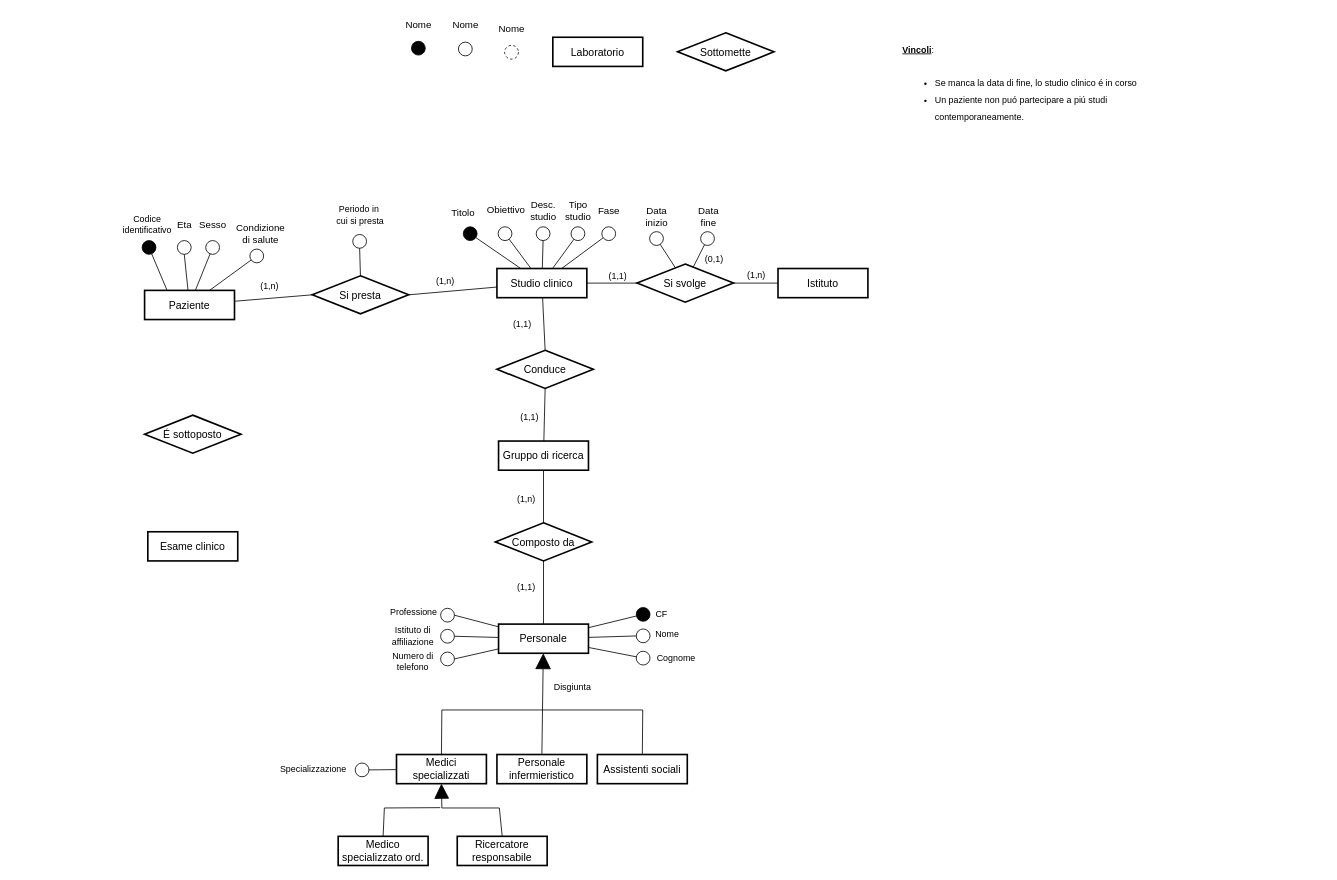
Above: Database-and-Laboratory/ER/esame_16_07_2018.drawio in 6eero/Bachelor (draw.io), before the change. Source tidied: cells renumbered, new cells numbered last; positions are measured from the earlier drawing's top-left corner, leaving out a move shared by most shapes. Both pictures are drawn from the tidied source at 81%, with x=0, y=0 at pixel (115, 14).
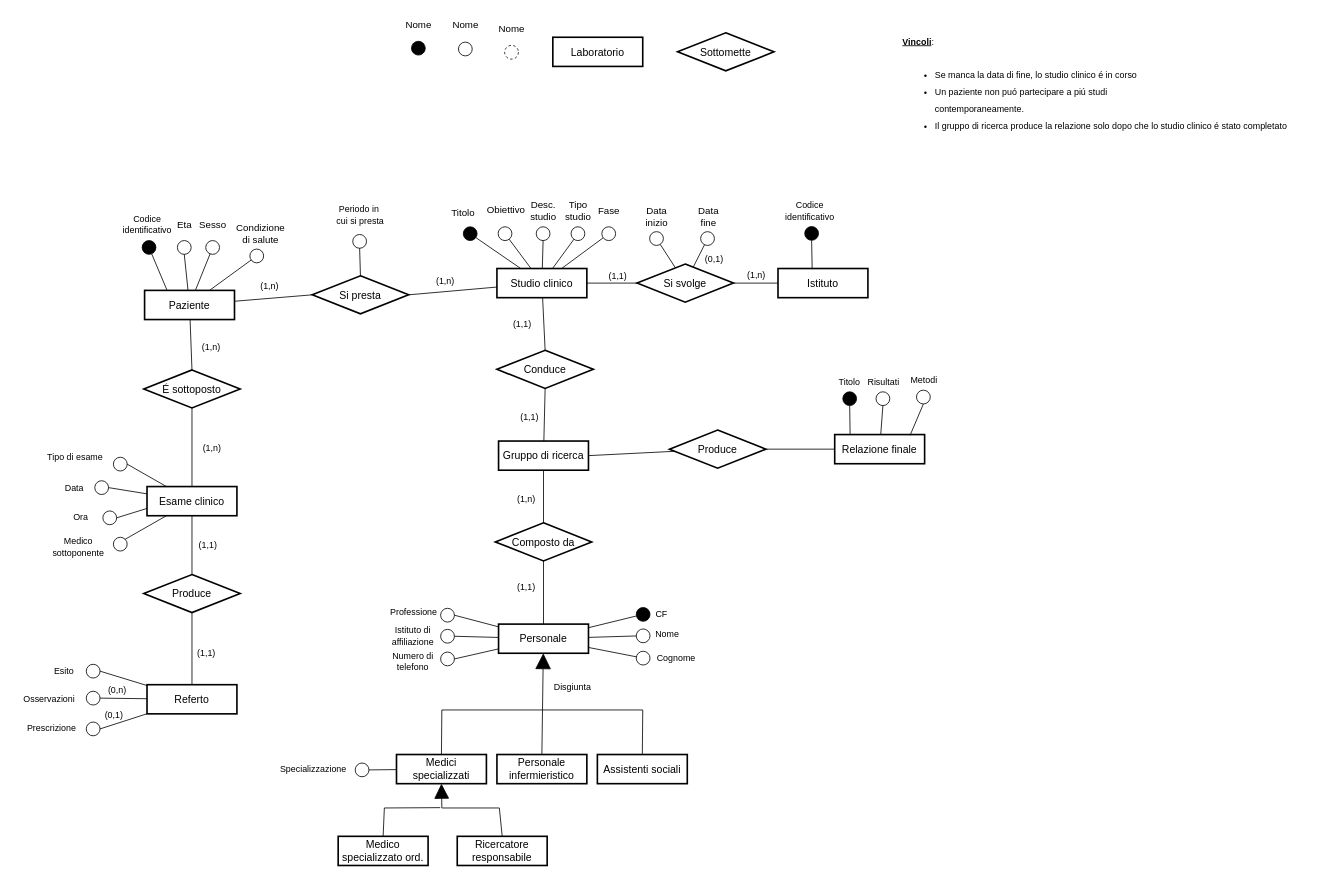
The same page after the edit.

The change refers to these unchanged cells:
```xml
<mxCell id="35" value="Istituto" style="strokeWidth=2;whiteSpace=wrap;html=1;align=center;fontSize=13;fontFamily=Helvetica;rounded=0;" parent="1" vertex="1">
  <mxGeometry x="818" y="314" width="111" height="36" as="geometry" />
</mxCell>
<mxCell id="48" value="Gruppo di ricerca" style="strokeWidth=2;whiteSpace=wrap;html=1;align=center;fontSize=13;fontFamily=Helvetica;rounded=0;" parent="1" vertex="1">
  <mxGeometry x="473" y="527" width="111" height="36" as="geometry" />
</mxCell>
<mxCell id="94" value="Paziente" style="strokeWidth=2;whiteSpace=wrap;html=1;align=center;fontSize=13;fontFamily=Helvetica;rounded=0;" parent="1" vertex="1">
  <mxGeometry x="36" y="341" width="111" height="36" as="geometry" />
</mxCell>
```

Change to the diagram source:
```diff
@@
-    <mxCell id="47" value="&lt;div&gt;&lt;b&gt;&lt;u&gt;Vincoli&lt;/u&gt;&lt;/b&gt;:&lt;/div&gt;&lt;div&gt;&lt;br&gt;&lt;/div&gt;&lt;div style=&quot;line-height: 190%;&quot;&gt;&lt;ul style=&quot;line-height: 190%;&quot;&gt;&lt;li&gt;Se manca la data di fine, lo studio clinico é in corso&lt;/li&gt;&lt;li&gt; Un paziente non puó partecipare a piú studi&lt;br/&gt; contemporaneamente.&lt;/li&gt;&lt;/ul&gt;&lt;/div&gt;" style="text;html=1;align=left;verticalAlign=middle;strokeColor=none;fillColor=none;fontFamily=Helvetica;fontSize=11;fontColor=default;labelBackgroundColor=default;imageAspect=1;" parent="1" vertex="1">
-      <mxGeometry x="970" y="31" width="303" height="124" as="geometry" />
+    <mxCell id="47" value="&lt;div&gt;&lt;b&gt;&lt;u&gt;Vincoli&lt;/u&gt;&lt;/b&gt;:&lt;/div&gt;&lt;div&gt;&lt;br&gt;&lt;/div&gt;&lt;div style=&quot;line-height: 190%;&quot;&gt;&lt;ul style=&quot;line-height: 190%;&quot;&gt;&lt;li&gt;Se manca la data di fine, lo studio clinico é in corso&lt;/li&gt;&lt;li&gt; Un paziente non puó partecipare a piú studi&lt;br&gt; contemporaneamente.&lt;/li&gt;&lt;li&gt;Il gruppo di ricerca produce la relazione solo dopo che lo studio clinico é stato completato&lt;br&gt;&lt;/li&gt;&lt;/ul&gt;&lt;/div&gt;" style="text;html=1;align=left;verticalAlign=middle;strokeColor=none;fillColor=none;fontFamily=Helvetica;fontSize=11;fontColor=default;labelBackgroundColor=default;imageAspect=1;" parent="1" vertex="1">
+      <mxGeometry x="970" y="20" width="522" height="146" as="geometry" />
     </mxCell>
+    <mxCell id="120" style="edgeStyle=none;rounded=0;jettySize=auto;html=1;exitX=1;exitY=0.5;exitDx=0;exitDy=0;strokeColor=default;align=center;verticalAlign=middle;fontFamily=Helvetica;fontSize=11;fontColor=default;labelBackgroundColor=default;endArrow=none;endFill=0;" parent="1" edge="1" source="48" target="159">
+      <mxGeometry relative="1" as="geometry" />
+    </mxCell>
@@
+    <mxCell id="121" style="edgeStyle=none;rounded=0;jettySize=auto;html=1;exitX=0.5;exitY=0;exitDx=0;exitDy=0;strokeColor=default;align=center;verticalAlign=middle;fontFamily=Helvetica;fontSize=11;fontColor=default;labelBackgroundColor=default;endArrow=none;endFill=0;" parent="1" edge="1" source="118" target="94">
+      <mxGeometry relative="1" as="geometry" />
+    </mxCell>
+    <mxCell id="122" style="edgeStyle=none;rounded=0;jettySize=auto;html=1;exitX=0.5;exitY=1;exitDx=0;exitDy=0;strokeColor=default;align=center;verticalAlign=middle;fontFamily=Helvetica;fontSize=11;fontColor=default;labelBackgroundColor=default;endArrow=none;endFill=0;" parent="1" edge="1" source="118" target="119">
+      <mxGeometry relative="1" as="geometry" />
+    </mxCell>
+    <mxCell id="119" value="Esame clinico" style="strokeWidth=2;whiteSpace=wrap;html=1;align=center;fontSize=13;fontFamily=Helvetica;rounded=0;" parent="1" vertex="1">
+      <mxGeometry x="39" y="583.2" width="111" height="36" as="geometry" />
+    </mxCell>
     <mxCell id="118" value="É sottoposto" style="shape=rhombus;strokeWidth=2;fontSize=13;perimeter=rhombusPerimeter;whiteSpace=wrap;html=1;align=center;rounded=0;" parent="1" vertex="1">
-      <mxGeometry x="36" y="495" width="119" height="47" as="geometry" />
+      <mxGeometry x="35" y="439.2" width="119" height="47" as="geometry" />
     </mxCell>
-    <mxCell id="119" value="Esame clinico" style="strokeWidth=2;whiteSpace=wrap;html=1;align=center;fontSize=13;fontFamily=Helvetica;rounded=0;" parent="1" vertex="1">
-      <mxGeometry x="40" y="639" width="111" height="36" as="geometry" />
-    </mxCell>
+    <mxCell id="123" style="group;" parent="1" vertex="1">
+      <mxGeometry x="-19" y="513.5" width="51" height="50.5" as="geometry" />
+    </mxCell>
+    <mxCell id="124" style="ellipse;whiteSpace=wrap;html=1;fontSize=10;fontColor=default;fontStyle=0;fillColor=none;rounded=0;strokeColor=default;" parent="123" vertex="1">
+      <mxGeometry x="16.5" y="33.5" width="17" height="17" as="geometry" />
+    </mxCell>
+    <mxCell id="125" style="group;" parent="1" vertex="1">
+      <mxGeometry x="-42" y="542.5" width="51" height="50.5" as="geometry" />
+    </mxCell>
+    <mxCell id="126" style="ellipse;whiteSpace=wrap;html=1;fontSize=10;fontColor=default;fontStyle=0;fillColor=none;rounded=0;strokeColor=default;" parent="125" vertex="1">
+      <mxGeometry x="16.5" y="33.5" width="17" height="17" as="geometry" />
+    </mxCell>
+    <mxCell id="127" value="&lt;div&gt;Tipo di esame&lt;/div&gt;" style="text;html=1;align=center;verticalAlign=middle;strokeColor=none;fillColor=none;fontFamily=Helvetica;fontSize=11;fontColor=default;labelBackgroundColor=default;" parent="125" vertex="1">
+      <mxGeometry x="-54" y="-8" width="91" height="25" as="geometry" />
+    </mxCell>
+    <mxCell id="128" style="group;" parent="1" vertex="1">
+      <mxGeometry x="-32" y="579.8" width="51" height="50.5" as="geometry" />
+    </mxCell>
+    <mxCell id="129" style="ellipse;whiteSpace=wrap;html=1;fontSize=10;fontColor=default;fontStyle=0;fillColor=none;rounded=0;strokeColor=default;" parent="128" vertex="1">
+      <mxGeometry x="16.5" y="33.5" width="17" height="17" as="geometry" />
+    </mxCell>
+    <mxCell id="130" style="group;" parent="1" vertex="1">
+      <mxGeometry x="-19" y="601.5" width="51" height="66.8" as="geometry" />
+    </mxCell>
+    <mxCell id="131" style="ellipse;whiteSpace=wrap;html=1;fontSize=10;fontColor=default;fontStyle=0;fillColor=none;rounded=0;strokeColor=default;" parent="130" vertex="1">
+      <mxGeometry x="16.5" y="44.3" width="17" height="17" as="geometry" />
+    </mxCell>
+    <mxCell id="132" value="Data" style="text;html=1;align=center;verticalAlign=middle;strokeColor=none;fillColor=none;fontFamily=Helvetica;fontSize=11;fontColor=default;labelBackgroundColor=default;" parent="1" vertex="1">
+      <mxGeometry x="-73" y="572.2" width="43" height="25" as="geometry" />
+    </mxCell>
+    <mxCell id="133" value="Ora" style="text;html=1;align=center;verticalAlign=middle;strokeColor=none;fillColor=none;fontFamily=Helvetica;fontSize=11;fontColor=default;labelBackgroundColor=default;" parent="1" vertex="1">
+      <mxGeometry x="-62" y="608.2" width="37" height="25" as="geometry" />
+    </mxCell>
+    <mxCell id="134" value="&lt;div&gt;Medico&lt;/div&gt;&lt;div&gt;sottoponente&lt;/div&gt;" style="text;html=1;align=center;verticalAlign=middle;strokeColor=none;fillColor=none;fontFamily=Helvetica;fontSize=11;fontColor=default;labelBackgroundColor=default;" parent="1" vertex="1">
+      <mxGeometry x="-89" y="638.8" width="86" height="38" as="geometry" />
+    </mxCell>
+    <mxCell id="135" style="edgeStyle=none;rounded=0;jettySize=auto;html=1;exitX=1;exitY=0;exitDx=0;exitDy=0;strokeColor=default;align=center;verticalAlign=middle;fontFamily=Helvetica;fontSize=11;fontColor=default;labelBackgroundColor=default;endArrow=none;endFill=0;" parent="1" edge="1" source="131" target="119">
+      <mxGeometry relative="1" as="geometry" />
+    </mxCell>
+    <mxCell id="136" style="edgeStyle=none;rounded=0;jettySize=auto;html=1;exitX=1;exitY=0.5;exitDx=0;exitDy=0;strokeColor=default;align=center;verticalAlign=middle;fontFamily=Helvetica;fontSize=11;fontColor=default;labelBackgroundColor=default;endArrow=none;endFill=0;entryX=0;entryY=0.75;entryDx=0;entryDy=0;" parent="1" edge="1" source="129" target="119">
+      <mxGeometry relative="1" as="geometry" />
+    </mxCell>
+    <mxCell id="137" style="edgeStyle=none;rounded=0;jettySize=auto;html=1;exitX=1;exitY=0.5;exitDx=0;exitDy=0;strokeColor=default;align=center;verticalAlign=middle;fontFamily=Helvetica;fontSize=11;fontColor=default;labelBackgroundColor=default;endArrow=none;endFill=0;" parent="1" edge="1" source="126" target="119">
+      <mxGeometry relative="1" as="geometry" />
+    </mxCell>
+    <mxCell id="138" style="edgeStyle=none;rounded=0;jettySize=auto;html=1;exitX=1;exitY=0.5;exitDx=0;exitDy=0;strokeColor=default;align=center;verticalAlign=middle;fontFamily=Helvetica;fontSize=11;fontColor=default;labelBackgroundColor=default;endArrow=none;endFill=0;" parent="1" edge="1" source="124" target="119">
+      <mxGeometry relative="1" as="geometry" />
+    </mxCell>
+    <mxCell id="139" style="edgeStyle=none;rounded=0;jettySize=auto;html=1;exitX=0.5;exitY=0;exitDx=0;exitDy=0;strokeColor=default;align=center;verticalAlign=middle;fontFamily=Helvetica;fontSize=11;fontColor=default;labelBackgroundColor=default;endArrow=none;endFill=0;" parent="1" edge="1" source="140" target="119">
+      <mxGeometry relative="1" as="geometry" />
+    </mxCell>
+    <mxCell id="140" value="Produce" style="shape=rhombus;strokeWidth=2;fontSize=13;perimeter=rhombusPerimeter;whiteSpace=wrap;html=1;align=center;rounded=0;" parent="1" vertex="1">
+      <mxGeometry x="35" y="691.8" width="119" height="47" as="geometry" />
+    </mxCell>
+    <mxCell id="141" style="edgeStyle=none;rounded=0;jettySize=auto;html=1;exitX=0.5;exitY=0;exitDx=0;exitDy=0;strokeColor=default;align=center;verticalAlign=middle;fontFamily=Helvetica;fontSize=11;fontColor=default;labelBackgroundColor=default;endArrow=none;endFill=0;" parent="1" edge="1" source="142" target="140">
+      <mxGeometry relative="1" as="geometry" />
+    </mxCell>
+    <mxCell id="142" value="Referto" style="strokeWidth=2;whiteSpace=wrap;html=1;align=center;fontSize=13;fontFamily=Helvetica;rounded=0;" parent="1" vertex="1">
+      <mxGeometry x="39" y="827.8" width="111" height="36" as="geometry" />
+    </mxCell>
+    <mxCell id="143" value="(1,n)" style="text;html=1;align=center;verticalAlign=middle;strokeColor=none;fillColor=none;fontFamily=Helvetica;fontSize=11;fontColor=default;labelBackgroundColor=default;" parent="1" vertex="1">
+      <mxGeometry x="96.5" y="398" width="42" height="25" as="geometry" />
+    </mxCell>
+    <mxCell id="144" value="(1,n)" style="text;html=1;align=center;verticalAlign=middle;strokeColor=none;fillColor=none;fontFamily=Helvetica;fontSize=11;fontColor=default;labelBackgroundColor=default;" parent="1" vertex="1">
+      <mxGeometry x="97.5" y="523" width="42" height="25" as="geometry" />
+    </mxCell>
+    <mxCell id="145" value="(1,1)" style="text;html=1;align=center;verticalAlign=middle;strokeColor=none;fillColor=none;fontFamily=Helvetica;fontSize=11;fontColor=default;labelBackgroundColor=default;" parent="1" vertex="1">
+      <mxGeometry x="93" y="643.2" width="42" height="25" as="geometry" />
+    </mxCell>
+    <mxCell id="146" value="(1,1)" style="text;html=1;align=center;verticalAlign=middle;strokeColor=none;fillColor=none;fontFamily=Helvetica;fontSize=11;fontColor=default;labelBackgroundColor=default;" parent="1" vertex="1">
+      <mxGeometry x="90.5" y="776" width="42" height="25" as="geometry" />
+    </mxCell>
+    <mxCell id="147" value="&lt;div align=&quot;right&quot;&gt;Esito&lt;/div&gt;" style="text;html=1;align=right;verticalAlign=middle;strokeColor=none;fillColor=none;fontFamily=Helvetica;fontSize=11;fontColor=default;labelBackgroundColor=default;" parent="1" vertex="1">
+      <mxGeometry x="-94" y="798.6" width="44" height="25" as="geometry" />
+    </mxCell>
+    <mxCell id="148" style="edgeStyle=none;rounded=0;jettySize=auto;html=1;exitX=1;exitY=0.5;exitDx=0;exitDy=0;strokeColor=default;align=center;verticalAlign=middle;fontFamily=Helvetica;fontSize=11;fontColor=default;labelBackgroundColor=default;endArrow=none;endFill=0;" parent="1" edge="1" source="149" target="142">
+      <mxGeometry relative="1" as="geometry" />
+    </mxCell>
+    <mxCell id="149" style="ellipse;whiteSpace=wrap;html=1;fontSize=10;fontColor=default;fontStyle=0;fillColor=none;rounded=0;strokeColor=default;" parent="1" vertex="1">
+      <mxGeometry x="-36" y="802.6" width="17" height="17" as="geometry" />
+    </mxCell>
+    <mxCell id="150" value="Osservazioni" style="text;html=1;align=center;verticalAlign=middle;strokeColor=none;fillColor=none;fontFamily=Helvetica;fontSize=11;fontColor=default;labelBackgroundColor=default;" parent="1" vertex="1">
+      <mxGeometry x="-125" y="833.2" width="86" height="25" as="geometry" />
+    </mxCell>
+    <mxCell id="151" style="edgeStyle=none;rounded=0;jettySize=auto;html=1;exitX=1;exitY=0.5;exitDx=0;exitDy=0;strokeColor=default;align=center;verticalAlign=middle;fontFamily=Helvetica;fontSize=11;fontColor=default;labelBackgroundColor=default;endArrow=none;endFill=0;" parent="1" edge="1" source="152" target="142">
+      <mxGeometry relative="1" as="geometry" />
+    </mxCell>
+    <mxCell id="152" style="ellipse;whiteSpace=wrap;html=1;fontSize=10;fontColor=default;fontStyle=0;fillColor=none;rounded=0;strokeColor=default;" parent="1" vertex="1">
+      <mxGeometry x="-36" y="835.9" width="17" height="17" as="geometry" />
+    </mxCell>
+    <mxCell id="153" value="Prescrizione" style="text;html=1;align=center;verticalAlign=middle;strokeColor=none;fillColor=none;fontFamily=Helvetica;fontSize=11;fontColor=default;labelBackgroundColor=default;" parent="1" vertex="1">
+      <mxGeometry x="-120" y="869.9" width="81" height="25" as="geometry" />
+    </mxCell>
+    <mxCell id="154" style="edgeStyle=none;rounded=0;jettySize=auto;html=1;exitX=1;exitY=0.5;exitDx=0;exitDy=0;strokeColor=default;align=center;verticalAlign=middle;fontFamily=Helvetica;fontSize=11;fontColor=default;labelBackgroundColor=default;endArrow=none;endFill=0;" parent="1" edge="1" source="155" target="142">
+      <mxGeometry relative="1" as="geometry" />
+    </mxCell>
+    <mxCell id="155" style="ellipse;whiteSpace=wrap;html=1;fontSize=10;fontColor=default;fontStyle=0;fillColor=none;rounded=0;strokeColor=default;" parent="1" vertex="1">
+      <mxGeometry x="-36" y="873.9" width="17" height="17" as="geometry" />
+    </mxCell>
+    <mxCell id="156" value="(0,n)" style="text;html=1;align=center;verticalAlign=middle;strokeColor=none;fillColor=none;fontFamily=Helvetica;fontSize=11;fontColor=default;labelBackgroundColor=default;" parent="1" vertex="1">
+      <mxGeometry x="-19.5" y="821" width="42" height="25" as="geometry" />
+    </mxCell>
+    <mxCell id="157" value="(0,1)" style="text;html=1;align=center;verticalAlign=middle;strokeColor=none;fillColor=none;fontFamily=Helvetica;fontSize=11;fontColor=default;labelBackgroundColor=default;" parent="1" vertex="1">
+      <mxGeometry x="-23" y="852.9" width="42" height="25" as="geometry" />
+    </mxCell>
+    <mxCell id="158" style="edgeStyle=none;rounded=0;jettySize=auto;html=1;exitX=1;exitY=0.5;exitDx=0;exitDy=0;strokeColor=default;align=center;verticalAlign=middle;fontFamily=Helvetica;fontSize=11;fontColor=default;labelBackgroundColor=default;endArrow=none;endFill=0;" parent="1" edge="1" source="159" target="160">
+      <mxGeometry relative="1" as="geometry" />
+    </mxCell>
+    <mxCell id="159" value="Produce" style="shape=rhombus;strokeWidth=2;fontSize=13;perimeter=rhombusPerimeter;whiteSpace=wrap;html=1;align=center;rounded=0;" parent="1" vertex="1">
+      <mxGeometry x="684" y="513.5" width="119" height="47" as="geometry" />
+    </mxCell>
+    <mxCell id="160" value="Relazione finale" style="strokeWidth=2;whiteSpace=wrap;html=1;align=center;fontSize=13;fontFamily=Helvetica;rounded=0;" parent="1" vertex="1">
+      <mxGeometry x="888" y="519" width="111" height="36" as="geometry" />
+    </mxCell>
+    <mxCell id="161" style="ellipse;whiteSpace=wrap;html=1;fontSize=10;fontColor=default;fontStyle=0;fillColor=#000000;rounded=0;strokeColor=default;fillStyle=solid;" parent="1" vertex="1">
+      <mxGeometry x="851" y="262.2" width="17" height="17" as="geometry" />
+    </mxCell>
+    <mxCell id="162" value="&lt;div&gt;Codice&lt;/div&gt;&lt;div&gt;identificativo&lt;/div&gt;" style="text;html=1;align=center;verticalAlign=middle;strokeColor=none;fillColor=none;fontFamily=Helvetica;fontSize=11;fontColor=default;labelBackgroundColor=default;" parent="1" vertex="1">
+      <mxGeometry x="818" y="224" width="78" height="38" as="geometry" />
+    </mxCell>
+    <mxCell id="163" style="edgeStyle=none;rounded=0;jettySize=auto;html=1;exitX=0.5;exitY=1;exitDx=0;exitDy=0;entryX=0.38;entryY=0.025;entryDx=0;entryDy=0;entryPerimeter=0;strokeColor=default;align=center;verticalAlign=middle;fontFamily=Helvetica;fontSize=11;fontColor=default;labelBackgroundColor=default;endArrow=none;endFill=0;" parent="1" edge="1" source="161" target="35">
+      <mxGeometry relative="1" as="geometry" />
+    </mxCell>
+    <mxCell id="164" style="ellipse;whiteSpace=wrap;html=1;fontSize=10;fontColor=default;fontStyle=0;fillColor=#000000;rounded=0;strokeColor=default;fillStyle=solid;" parent="1" vertex="1">
+      <mxGeometry x="898" y="466.2" width="17" height="17" as="geometry" />
+    </mxCell>
+    <mxCell id="165" value="Titolo" style="text;html=1;align=center;verticalAlign=middle;strokeColor=none;fillColor=none;fontFamily=Helvetica;fontSize=11;fontColor=default;labelBackgroundColor=default;" parent="1" vertex="1">
+      <mxGeometry x="883" y="441.2" width="46" height="25" as="geometry" />
+    </mxCell>
+    <mxCell id="166" style="edgeStyle=none;rounded=0;jettySize=auto;html=1;exitX=0.5;exitY=1;exitDx=0;exitDy=0;entryX=0.38;entryY=0.025;entryDx=0;entryDy=0;entryPerimeter=0;strokeColor=default;align=center;verticalAlign=middle;fontFamily=Helvetica;fontSize=11;fontColor=default;labelBackgroundColor=default;endArrow=none;endFill=0;" parent="1" edge="1" source="164">
+      <mxGeometry relative="1" as="geometry">
+        <mxPoint x="907" y="519" as="targetPoint" />
+      </mxGeometry>
+    </mxCell>
+    <mxCell id="167" style="edgeStyle=none;rounded=0;jettySize=auto;html=1;exitX=0.5;exitY=1;exitDx=0;exitDy=0;strokeColor=default;align=center;verticalAlign=middle;fontFamily=Helvetica;fontSize=11;fontColor=default;labelBackgroundColor=default;endArrow=none;endFill=0;" parent="1" edge="1" source="168" target="160">
+      <mxGeometry relative="1" as="geometry" />
+    </mxCell>
+    <mxCell id="168" style="ellipse;whiteSpace=wrap;html=1;fontSize=10;fontColor=default;fontStyle=0;fillColor=none;rounded=0;strokeColor=default;fillStyle=solid;" parent="1" vertex="1">
+      <mxGeometry x="939" y="466.2" width="17" height="17" as="geometry" />
+    </mxCell>
+    <mxCell id="169" value="Risultati" style="text;html=1;align=center;verticalAlign=middle;strokeColor=none;fillColor=none;fontFamily=Helvetica;fontSize=11;fontColor=default;labelBackgroundColor=default;" parent="1" vertex="1">
+      <mxGeometry x="917" y="441.2" width="61" height="25" as="geometry" />
+    </mxCell>
+    <mxCell id="170" style="ellipse;whiteSpace=wrap;html=1;fontSize=10;fontColor=default;fontStyle=0;fillColor=none;rounded=0;strokeColor=default;fillStyle=solid;" parent="1" vertex="1">
+      <mxGeometry x="989" y="464.2" width="17" height="17" as="geometry" />
+    </mxCell>
+    <mxCell id="171" value="Metodi" style="text;html=1;align=center;verticalAlign=middle;strokeColor=none;fillColor=none;fontFamily=Helvetica;fontSize=11;fontColor=default;labelBackgroundColor=default;" parent="1" vertex="1">
+      <mxGeometry x="972" y="439.2" width="52" height="25" as="geometry" />
+    </mxCell>
+    <mxCell id="172" style="edgeStyle=none;rounded=0;jettySize=auto;html=1;exitX=0.5;exitY=1;exitDx=0;exitDy=0;entryX=0.838;entryY=0.028;entryDx=0;entryDy=0;entryPerimeter=0;strokeColor=default;align=center;verticalAlign=middle;fontFamily=Helvetica;fontSize=11;fontColor=default;labelBackgroundColor=default;endArrow=none;endFill=0;" parent="1" edge="1" source="170" target="160">
+      <mxGeometry relative="1" as="geometry" />
+    </mxCell>
```
